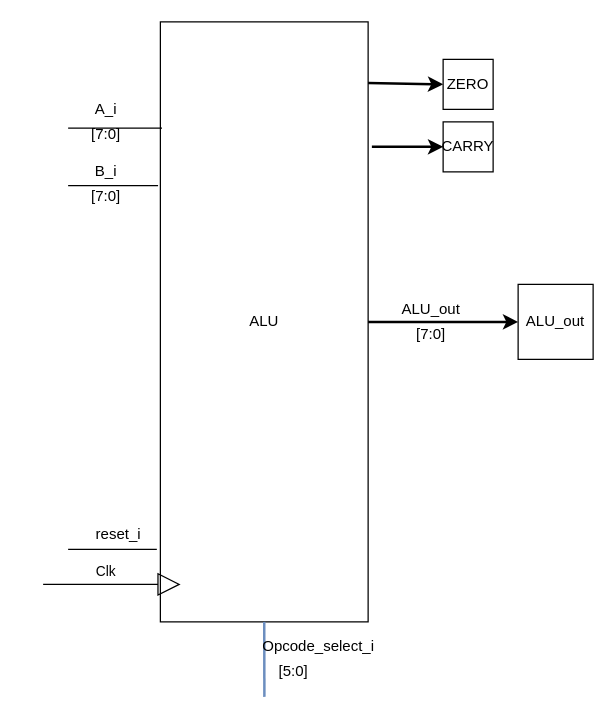
Above: Blockbeschreibungen/ALU_beschreibung.drawio in graefjk/RO2 (draw.io), before the change. Source tidied: cells renumbered, new cells numbered last; positions are measured from the earlier drawing's top-left corner, leaving out a move shared by most shapes. Both pictures are drawn from the tidied source at 125%, with x=0, y=0 at pixel (42, 21).
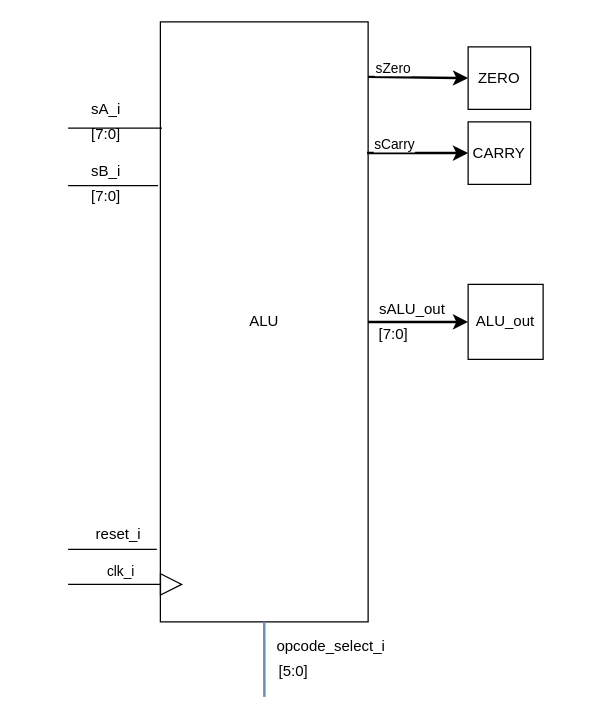
The same diagram, later.

The change refers to these unchanged cells:
```xml
<mxCell id="2" value="ALU" style="rounded=0;whiteSpace=wrap;html=1;rotation=0;" parent="1" vertex="1">
  <mxGeometry x="93.8" width="166.2" height="480" as="geometry" />
</mxCell>
```

Change to the diagram source:
```diff
@@
-    <mxCell id="5" value="A_i" style="text;html=1;align=center;verticalAlign=middle;strokeColor=none;" parent="1" vertex="1">
-      <mxGeometry x="35" y="60" width="30" height="20" as="geometry" />
+    <mxCell id="5" value="sA_i" style="text;html=1;align=center;verticalAlign=middle;strokeColor=none;" parent="1" vertex="1">
+      <mxGeometry x="30" y="60" width="40" height="20" as="geometry" />
     </mxCell>
-    <mxCell id="6" value="B_i" style="text;html=1;align=center;verticalAlign=middle;strokeColor=none;" parent="1" vertex="1">
-      <mxGeometry x="35" y="110" width="30" height="20" as="geometry" />
+    <mxCell id="6" value="sB_i" style="text;html=1;align=center;verticalAlign=middle;strokeColor=none;" parent="1" vertex="1">
+      <mxGeometry x="30" y="110" width="40" height="20" as="geometry" />
     </mxCell>
-    <mxCell id="7" value="Clk" style="endArrow=block;endSize=16;endFill=0;html=1;" parent="1" edge="1">
+    <mxCell id="7" value="clk_i" style="endArrow=block;endSize=16;endFill=0;html=1;" parent="1" edge="1">
       <mxGeometry x="-0.09" y="10" relative="1" as="geometry">
-        <mxPoint y="450" as="sourcePoint" />
-        <mxPoint x="110" y="450" as="targetPoint" />
+        <mxPoint x="20" y="450" as="sourcePoint" />
+        <mxPoint x="112" y="450" as="targetPoint" />
       </mxGeometry>
     </mxCell>
@@
-    <mxCell id="13" value="Opcode_select_i" style="text;html=1;align=center;verticalAlign=middle;strokeColor=none;" parent="1" vertex="1">
-      <mxGeometry x="170" y="490" width="100" height="20" as="geometry" />
+    <mxCell id="13" value="opcode_select_i" style="text;html=1;align=center;verticalAlign=middle;strokeColor=none;" parent="1" vertex="1">
+      <mxGeometry x="180" y="490" width="100" height="20" as="geometry" />
     </mxCell>
@@
     <mxCell id="15" value="ZERO" style="whiteSpace=wrap;html=1;" parent="1" vertex="1">
-      <mxGeometry x="320" y="30" width="40" height="40" as="geometry" />
+      <mxGeometry x="340" y="20" width="50" height="50" as="geometry" />
     </mxCell>
     <mxCell id="16" value="CARRY" style="whiteSpace=wrap;html=1;" parent="1" vertex="1">
-      <mxGeometry x="320" y="80" width="40" height="40" as="geometry" />
+      <mxGeometry x="340" y="80" width="50" height="50" as="geometry" />
     </mxCell>
-    <mxCell id="17" style="endArrow=classic;html=1;strokeWidth=2;exitX=1;exitY=0.102;exitDx=0;exitDy=0;exitPerimeter=0;entryX=0;entryY=0.5;entryDx=0;entryDy=0;" parent="1" edge="1" source="2" target="15">
-      <mxGeometry relative="1" as="geometry" />
+    <mxCell id="17" style="endArrow=classic;html=1;strokeWidth=2;exitX=1;exitY=0.102;exitDx=0;exitDy=0;exitPerimeter=0;entryX=0;entryY=0.5;entryDx=0;entryDy=0;" parent="1" edge="1" target="15">
+      <mxGeometry relative="1" as="geometry">
+        <mxPoint x="260" y="44" as="sourcePoint" />
+      </mxGeometry>
     </mxCell>
+    <mxCell id="23" value="sZero" style="edgeLabel;html=1;align=center;verticalAlign=middle;" parent="17" vertex="1">
+      <mxGeometry x="-0.58" y="3" relative="1" as="geometry">
+        <mxPoint x="2.3" y="-5.2" as="offset" />
+      </mxGeometry>
+    </mxCell>
-    <mxCell id="18" style="endArrow=classic;html=1;strokeWidth=2;exitX=1.018;exitY=0.208;exitDx=0;exitDy=0;exitPerimeter=0;entryX=0;entryY=0.5;entryDx=0;entryDy=0;" parent="1" edge="1" source="2" target="16">
-      <mxGeometry relative="1" as="geometry" />
+    <mxCell id="18" style="endArrow=classic;html=1;strokeWidth=2;exitX=0.995;exitY=0.21;exitDx=0;exitDy=0;exitPerimeter=0;entryX=0;entryY=0.5;entryDx=0;entryDy=0;" parent="1" edge="1" target="16">
+      <mxGeometry relative="1" as="geometry">
+        <mxPoint x="259.2" y="104.8" as="sourcePoint" />
+      </mxGeometry>
     </mxCell>
+    <mxCell id="24" value="sCarry" style="edgeLabel;html=1;align=center;verticalAlign=middle;" parent="18" vertex="1">
+      <mxGeometry x="-0.66" y="2" relative="1" as="geometry">
+        <mxPoint x="7" y="-5.8" as="offset" />
+      </mxGeometry>
+    </mxCell>
-    <mxCell id="19" style="endArrow=classic;html=1;strokeWidth=2;exitX=1;exitY=0.5;exitDx=0;exitDy=0;" parent="1" edge="1" source="2">
-      <mxGeometry relative="1" as="geometry">
-        <mxPoint x="380" y="240" as="targetPoint" />
-      </mxGeometry>
+    <mxCell id="19" style="endArrow=classic;html=1;strokeWidth=2;exitX=1;exitY=0.5;exitDx=0;exitDy=0;" parent="1" edge="1" source="2" target="22">
+      <mxGeometry relative="1" as="geometry" />
     </mxCell>
-    <mxCell id="20" value="ALU_out" style="text;html=1;align=center;verticalAlign=middle;strokeColor=none;" parent="1" vertex="1">
-      <mxGeometry x="280" y="220" width="60" height="20" as="geometry" />
+    <mxCell id="20" value="sALU_out" style="text;html=1;align=center;verticalAlign=middle;strokeColor=none;" parent="1" vertex="1">
+      <mxGeometry x="260" y="220" width="70" height="20" as="geometry" />
     </mxCell>
     <mxCell id="21" value="[7:0]" style="text;html=1;align=center;verticalAlign=middle;strokeColor=none;" parent="1" vertex="1">
-      <mxGeometry x="290" y="240" width="40" height="20" as="geometry" />
+      <mxGeometry x="260" y="240" width="40" height="20" as="geometry" />
     </mxCell>
     <mxCell id="22" value="ALU_out" style="whiteSpace=wrap;html=1;" parent="1" vertex="1">
-      <mxGeometry x="380" y="210" width="60" height="60" as="geometry" />
+      <mxGeometry x="340" y="210" width="60" height="60" as="geometry" />
     </mxCell>
```
